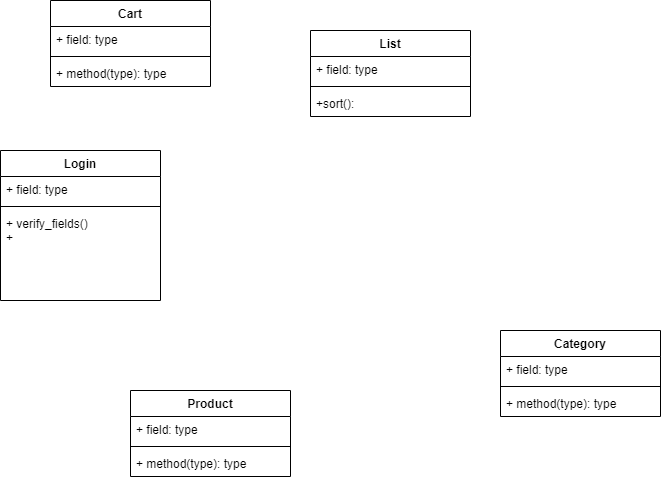
Earlier version of the draw.io export Diagrama de clases Obligatorio.png (ezio815/obligatorio_jap). Source tidied: cells renumbered, new cells last; positions are measured from the earlier drawing's top-left corner, leaving out a move shared by most shapes.
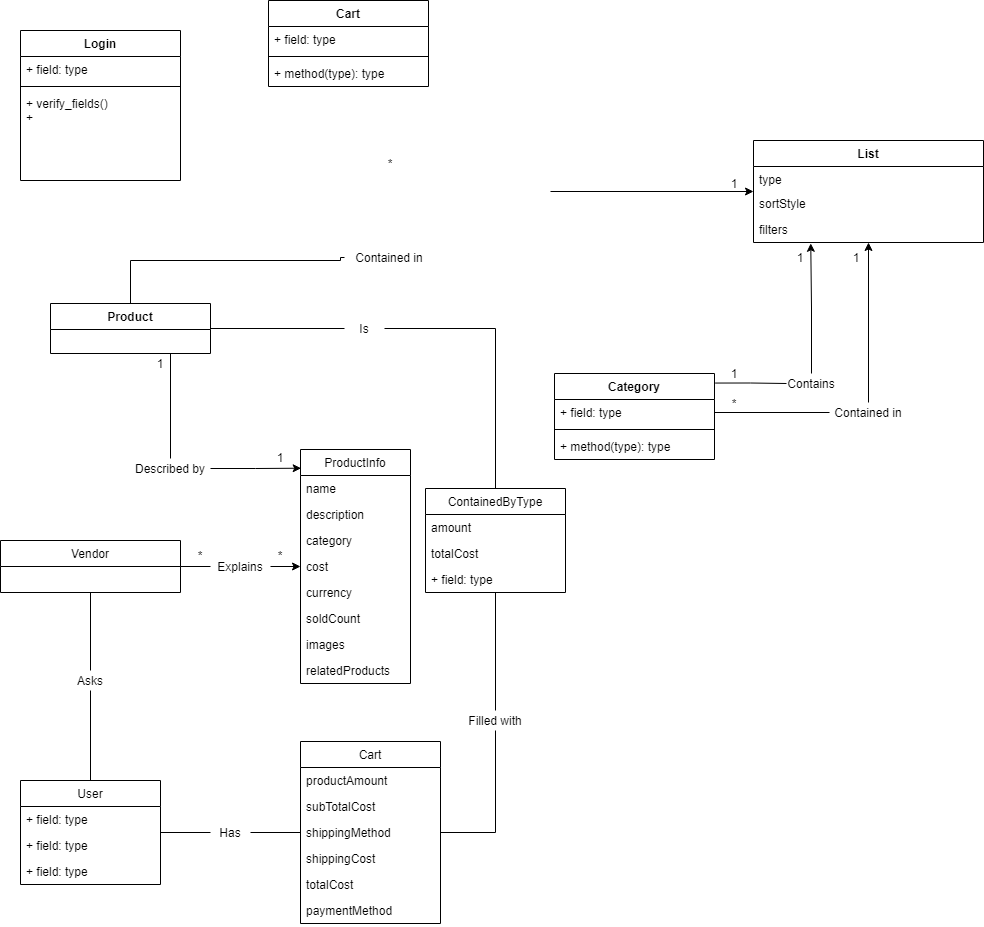
The same file after the commit.

The edit, as a diff of the source:
```diff
@@ -3,7 +3,7 @@
     <mxCell id="0" />
     <mxCell id="1" parent="0" />
     <mxCell id="2" value="Login" style="swimlane;fontStyle=1;align=center;verticalAlign=top;horizontal=1;startSize=26;" parent="1" vertex="1">
-      <mxGeometry y="150" width="160" height="150" as="geometry" />
+      <mxGeometry x="-130" y="10" width="160" height="150" as="geometry" />
     </mxCell>
     <mxCell id="3" value="+ field: type" style="text;strokeColor=none;fillColor=none;align=left;verticalAlign=top;spacingLeft=4;spacingRight=4;overflow=hidden;" parent="2" vertex="1">
       <mxGeometry y="26" width="160" height="26" as="geometry" />
@@ -15,31 +15,22 @@
       <mxGeometry y="60" width="160" height="90" as="geometry" />
     </mxCell>
     <mxCell id="6" value="Product" style="swimlane;fontStyle=1;align=center;verticalAlign=top;horizontal=1;startSize=26;" parent="1" vertex="1">
-      <mxGeometry x="130" y="390" width="160" height="86" as="geometry" />
+      <mxGeometry x="-100" y="283" width="160" height="50" as="geometry" />
     </mxCell>
-    <mxCell id="7" value="+ field: type" style="text;strokeColor=none;fillColor=none;align=left;verticalAlign=top;spacingLeft=4;spacingRight=4;overflow=hidden;" parent="6" vertex="1">
-      <mxGeometry y="26" width="160" height="26" as="geometry" />
-    </mxCell>
-    <mxCell id="8" style="line;strokeWidth=1;fillColor=none;align=left;verticalAlign=middle;spacingTop=-1;spacingLeft=3;spacingRight=3;labelPosition=right;" parent="6" vertex="1">
-      <mxGeometry y="52" width="160" height="8" as="geometry" />
-    </mxCell>
-    <mxCell id="9" value="+ method(type): type" style="text;strokeColor=none;fillColor=none;align=left;verticalAlign=top;spacingLeft=4;spacingRight=4;overflow=hidden;" parent="6" vertex="1">
-      <mxGeometry y="60" width="160" height="26" as="geometry" />
-    </mxCell>
     <mxCell id="10" value="List" style="swimlane;fontStyle=1;align=center;verticalAlign=top;horizontal=1;startSize=26;" parent="1" vertex="1">
-      <mxGeometry x="310" y="30" width="160" height="86" as="geometry" />
+      <mxGeometry x="603" y="120" width="230" height="102" as="geometry" />
     </mxCell>
-    <mxCell id="11" value="+ field: type" style="text;strokeColor=none;fillColor=none;align=left;verticalAlign=top;spacingLeft=4;spacingRight=4;overflow=hidden;" parent="10" vertex="1">
-      <mxGeometry y="26" width="160" height="26" as="geometry" />
+    <mxCell id="11" value="type" style="text;strokeColor=none;fillColor=none;align=left;verticalAlign=top;spacingLeft=4;spacingRight=4;overflow=hidden;" parent="10" vertex="1">
+      <mxGeometry y="26" width="230" height="24" as="geometry" />
     </mxCell>
-    <mxCell id="12" style="line;strokeWidth=1;fillColor=none;align=left;verticalAlign=middle;spacingTop=-1;spacingLeft=3;spacingRight=3;labelPosition=right;" parent="10" vertex="1">
-      <mxGeometry y="52" width="160" height="8" as="geometry" />
-    </mxCell>
-    <mxCell id="13" value="+sort():" style="text;strokeColor=none;fillColor=none;align=left;verticalAlign=top;spacingLeft=4;spacingRight=4;overflow=hidden;" parent="10" vertex="1">
-      <mxGeometry y="60" width="160" height="26" as="geometry" />
-    </mxCell>
+    <mxCell id="22" value="sortStyle" style="text;strokeColor=none;fillColor=none;align=left;verticalAlign=top;spacingLeft=4;spacingRight=4;overflow=hidden;fontSize=12;" parent="10" vertex="1">
+      <mxGeometry y="50" width="230" height="26" as="geometry" />
+    </mxCell>
+    <mxCell id="23" value="filters" style="text;strokeColor=none;fillColor=none;align=left;verticalAlign=top;spacingLeft=4;spacingRight=4;overflow=hidden;points=[[0,0.5],[1,0.5]];portConstraint=eastwest;fontSize=12;" parent="10" vertex="1">
+      <mxGeometry y="76" width="230" height="26" as="geometry" />
+    </mxCell>
     <mxCell id="14" value="Category" style="swimlane;fontStyle=1;align=center;verticalAlign=top;horizontal=1;startSize=26;" parent="1" vertex="1">
-      <mxGeometry x="500" y="330" width="160" height="86" as="geometry" />
+      <mxGeometry x="404" y="353" width="160" height="86" as="geometry" />
     </mxCell>
     <mxCell id="15" value="+ field: type" style="text;strokeColor=none;fillColor=none;align=left;verticalAlign=top;spacingLeft=4;spacingRight=4;overflow=hidden;points=[[0,0.5],[1,0.5]];portConstraint=eastwest;" parent="14" vertex="1">
       <mxGeometry y="26" width="160" height="26" as="geometry" />
@@ -51,7 +42,7 @@
       <mxGeometry y="60" width="160" height="26" as="geometry" />
     </mxCell>
     <mxCell id="18" value="Cart" style="swimlane;fontStyle=1;align=center;verticalAlign=top;horizontal=1;startSize=26;" parent="1" vertex="1">
-      <mxGeometry x="50" width="160" height="86" as="geometry" />
+      <mxGeometry x="118" y="-20" width="160" height="86" as="geometry" />
     </mxCell>
     <mxCell id="19" value="+ field: type" style="text;strokeColor=none;fillColor=none;align=left;verticalAlign=top;spacingLeft=4;spacingRight=4;overflow=hidden;" parent="18" vertex="1">
       <mxGeometry y="26" width="160" height="26" as="geometry" />
@@ -62,5 +53,202 @@
     <mxCell id="21" value="+ method(type): type" style="text;strokeColor=none;fillColor=none;align=left;verticalAlign=top;spacingLeft=4;spacingRight=4;overflow=hidden;" parent="18" vertex="1">
       <mxGeometry y="60" width="160" height="26" as="geometry" />
     </mxCell>
+    <mxCell id="24" style="edgeStyle=orthogonalEdgeStyle;rounded=0;jettySize=auto;html=1;exitX=1;exitY=0.5;exitDx=0;exitDy=0;entryX=0;entryY=0.5;entryDx=0;entryDy=0;fontSize=12;endArrow=none;endFill=0;strokeColor=#000000;" parent="1" edge="1" source="25" target="56">
+      <mxGeometry relative="1" as="geometry" />
+    </mxCell>
+    <mxCell id="25" value="Vendor" style="swimlane;fontStyle=0;horizontal=1;startSize=26;fillColor=none;" parent="1" vertex="1">
+      <mxGeometry x="-150" y="520" width="180" height="52" as="geometry" />
+    </mxCell>
+    <mxCell id="26" style="edgeStyle=orthogonalEdgeStyle;rounded=0;jettySize=auto;html=1;exitX=1;exitY=0.5;exitDx=0;exitDy=0;startArrow=none;" parent="1" edge="1" target="10">
+      <mxGeometry relative="1" as="geometry">
+        <mxPoint x="400" y="171" as="sourcePoint" />
+      </mxGeometry>
+    </mxCell>
+    <mxCell id="27" value="Contained in" style="text;html=1;strokeColor=none;fillColor=none;align=center;verticalAlign=middle;whiteSpace=wrap;rounded=0;" parent="1" vertex="1">
+      <mxGeometry x="194" y="227" width="90" height="20" as="geometry" />
+    </mxCell>
+    <mxCell id="28" style="edgeStyle=orthogonalEdgeStyle;rounded=0;jettySize=auto;html=1;entryX=0;entryY=0.5;entryDx=0;entryDy=0;endArrow=none;" parent="1" edge="1" source="6" target="27">
+      <mxGeometry relative="1" as="geometry">
+        <Array as="points">
+          <mxPoint x="-20" y="240" />
+          <mxPoint x="190" y="240" />
+        </Array>
+      </mxGeometry>
+    </mxCell>
+    <mxCell id="29" value="*" style="text;html=1;strokeColor=none;fillColor=none;align=center;verticalAlign=middle;whiteSpace=wrap;rounded=0;fontSize=12;" parent="1" vertex="1">
+      <mxGeometry x="220" y="133" width="40" height="20" as="geometry" />
+    </mxCell>
+    <mxCell id="30" value="1" style="text;html=1;strokeColor=none;fillColor=none;align=center;verticalAlign=middle;whiteSpace=wrap;rounded=0;fontSize=12;" parent="1" vertex="1">
+      <mxGeometry x="564" y="153" width="40" height="20" as="geometry" />
+    </mxCell>
+    <mxCell id="31" style="edgeStyle=orthogonalEdgeStyle;rounded=0;jettySize=auto;html=1;exitX=0.5;exitY=0;exitDx=0;exitDy=0;fontSize=12;endArrow=classic;endFill=1;strokeColor=#000000;" parent="1" edge="1" source="32" target="10">
+      <mxGeometry relative="1" as="geometry" />
+    </mxCell>
+    <mxCell id="32" value="Contained in" style="text;html=1;strokeColor=none;fillColor=none;align=center;verticalAlign=middle;whiteSpace=wrap;rounded=0;fontSize=12;" parent="1" vertex="1">
+      <mxGeometry x="679" y="382" width="78" height="20" as="geometry" />
+    </mxCell>
+    <mxCell id="33" style="edgeStyle=orthogonalEdgeStyle;rounded=0;jettySize=auto;html=1;exitX=1;exitY=0.5;exitDx=0;exitDy=0;entryX=0;entryY=0.5;entryDx=0;entryDy=0;fontSize=12;endArrow=none;" parent="1" edge="1" source="15" target="32">
+      <mxGeometry relative="1" as="geometry" />
+    </mxCell>
+    <mxCell id="34" style="edgeStyle=orthogonalEdgeStyle;rounded=0;jettySize=auto;html=1;exitX=0.5;exitY=0;exitDx=0;exitDy=0;entryX=0.249;entryY=1.032;entryDx=0;entryDy=0;entryPerimeter=0;fontSize=12;endArrow=classic;endFill=1;strokeColor=#000000;" parent="1" edge="1" source="35" target="23">
+      <mxGeometry relative="1" as="geometry" />
+    </mxCell>
+    <mxCell id="35" value="Contains" style="text;html=1;strokeColor=none;fillColor=none;align=center;verticalAlign=middle;whiteSpace=wrap;rounded=0;fontSize=12;" parent="1" vertex="1">
+      <mxGeometry x="636" y="353" width="50" height="20" as="geometry" />
+    </mxCell>
+    <mxCell id="36" style="edgeStyle=orthogonalEdgeStyle;rounded=0;jettySize=auto;html=1;exitX=1.004;exitY=0.111;exitDx=0;exitDy=0;fontSize=12;exitPerimeter=0;endArrow=none;entryX=0;entryY=0.5;entryDx=0;entryDy=0;" parent="1" edge="1" source="14" target="35">
+      <mxGeometry relative="1" as="geometry" />
+    </mxCell>
+    <mxCell id="37" value="1" style="text;html=1;strokeColor=none;fillColor=none;align=center;verticalAlign=middle;whiteSpace=wrap;rounded=0;fontSize=12;" parent="1" vertex="1">
+      <mxGeometry x="564" y="343" width="40" height="20" as="geometry" />
+    </mxCell>
+    <mxCell id="38" value="1" style="text;html=1;strokeColor=none;fillColor=none;align=center;verticalAlign=middle;whiteSpace=wrap;rounded=0;fontSize=12;" parent="1" vertex="1">
+      <mxGeometry x="686" y="227" width="40" height="20" as="geometry" />
+    </mxCell>
+    <mxCell id="39" value="*" style="text;html=1;strokeColor=none;fillColor=none;align=center;verticalAlign=middle;whiteSpace=wrap;rounded=0;fontSize=12;" parent="1" vertex="1">
+      <mxGeometry x="564" y="373" width="40" height="20" as="geometry" />
+    </mxCell>
+    <mxCell id="40" value="1" style="text;html=1;strokeColor=none;fillColor=none;align=center;verticalAlign=middle;whiteSpace=wrap;rounded=0;fontSize=12;" parent="1" vertex="1">
+      <mxGeometry x="630" y="227" width="40" height="20" as="geometry" />
+    </mxCell>
+    <mxCell id="41" value="ProductInfo" style="swimlane;fontStyle=0;horizontal=1;startSize=26;fillColor=none;fontSize=12;" parent="1" vertex="1">
+      <mxGeometry x="150" y="429" width="110" height="234" as="geometry" />
+    </mxCell>
+    <mxCell id="42" value="name" style="text;strokeColor=none;fillColor=none;align=left;verticalAlign=top;spacingLeft=4;spacingRight=4;overflow=hidden;fontSize=12;" parent="41" vertex="1">
+      <mxGeometry y="26" width="110" height="26" as="geometry" />
+    </mxCell>
+    <mxCell id="43" value="description" style="text;strokeColor=none;fillColor=none;align=left;verticalAlign=top;spacingLeft=4;spacingRight=4;overflow=hidden;fontSize=12;" parent="41" vertex="1">
+      <mxGeometry y="52" width="110" height="26" as="geometry" />
+    </mxCell>
+    <mxCell id="44" value="category" style="text;strokeColor=none;fillColor=none;align=left;verticalAlign=top;spacingLeft=4;spacingRight=4;overflow=hidden;fontSize=12;" parent="41" vertex="1">
+      <mxGeometry y="78" width="110" height="26" as="geometry" />
+    </mxCell>
+    <mxCell id="45" value="cost" style="text;strokeColor=none;fillColor=none;align=left;verticalAlign=top;spacingLeft=4;spacingRight=4;overflow=hidden;fontSize=12;" parent="41" vertex="1">
+      <mxGeometry y="104" width="110" height="26" as="geometry" />
+    </mxCell>
+    <mxCell id="46" value="currency" style="text;strokeColor=none;fillColor=none;align=left;verticalAlign=top;spacingLeft=4;spacingRight=4;overflow=hidden;fontSize=12;" parent="41" vertex="1">
+      <mxGeometry y="130" width="110" height="26" as="geometry" />
+    </mxCell>
+    <mxCell id="47" value="soldCount" style="text;strokeColor=none;fillColor=none;align=left;verticalAlign=top;spacingLeft=4;spacingRight=4;overflow=hidden;fontSize=12;" parent="41" vertex="1">
+      <mxGeometry y="156" width="110" height="26" as="geometry" />
+    </mxCell>
+    <mxCell id="48" value="images" style="text;strokeColor=none;fillColor=none;align=left;verticalAlign=top;spacingLeft=4;spacingRight=4;overflow=hidden;fontSize=12;" parent="41" vertex="1">
+      <mxGeometry y="182" width="110" height="26" as="geometry" />
+    </mxCell>
+    <mxCell id="49" value="relatedProducts" style="text;strokeColor=none;fillColor=none;align=left;verticalAlign=top;spacingLeft=4;spacingRight=4;overflow=hidden;fontSize=12;" parent="41" vertex="1">
+      <mxGeometry y="208" width="110" height="26" as="geometry" />
+    </mxCell>
+    <mxCell id="50" style="edgeStyle=orthogonalEdgeStyle;rounded=0;jettySize=auto;html=1;entryX=0.006;entryY=0.08;entryDx=0;entryDy=0;entryPerimeter=0;fontSize=12;endArrow=classic;endFill=1;strokeColor=#000000;startArrow=none;exitX=1;exitY=0.5;exitDx=0;exitDy=0;" parent="1" edge="1" source="51" target="41">
+      <mxGeometry relative="1" as="geometry" />
+    </mxCell>
+    <mxCell id="51" value="Described by" style="text;html=1;strokeColor=none;fillColor=none;align=center;verticalAlign=middle;whiteSpace=wrap;rounded=0;fontSize=12;" parent="1" vertex="1">
+      <mxGeometry x="-20" y="438" width="80" height="20" as="geometry" />
+    </mxCell>
+    <mxCell id="52" style="edgeStyle=orthogonalEdgeStyle;rounded=0;jettySize=auto;html=1;entryX=0.5;entryY=0;entryDx=0;entryDy=0;fontSize=12;endArrow=none;endFill=0;strokeColor=#000000;exitX=0.75;exitY=1;exitDx=0;exitDy=0;" parent="1" edge="1" source="6" target="51">
+      <mxGeometry relative="1" as="geometry" />
+    </mxCell>
+    <mxCell id="53" value="1" style="text;html=1;strokeColor=none;fillColor=none;align=center;verticalAlign=middle;whiteSpace=wrap;rounded=0;fontSize=12;" parent="1" vertex="1">
+      <mxGeometry x="-10" y="333" width="40" height="20" as="geometry" />
+    </mxCell>
+    <mxCell id="54" value="1" style="text;html=1;strokeColor=none;fillColor=none;align=center;verticalAlign=middle;whiteSpace=wrap;rounded=0;fontSize=12;" parent="1" vertex="1">
+      <mxGeometry x="110" y="427" width="40" height="20" as="geometry" />
+    </mxCell>
+    <mxCell id="55" style="edgeStyle=orthogonalEdgeStyle;rounded=0;jettySize=auto;html=1;exitX=1;exitY=0.5;exitDx=0;exitDy=0;fontSize=12;endArrow=classic;endFill=1;strokeColor=#000000;" parent="1" edge="1" source="56" target="41">
+      <mxGeometry relative="1" as="geometry" />
+    </mxCell>
+    <mxCell id="56" value="Explains" style="text;html=1;strokeColor=none;fillColor=none;align=center;verticalAlign=middle;whiteSpace=wrap;rounded=0;fontSize=12;" parent="1" vertex="1">
+      <mxGeometry x="60" y="536" width="60" height="20" as="geometry" />
+    </mxCell>
+    <mxCell id="57" value="*" style="text;html=1;strokeColor=none;fillColor=none;align=center;verticalAlign=middle;whiteSpace=wrap;rounded=0;fontSize=12;" parent="1" vertex="1">
+      <mxGeometry x="30" y="525" width="40" height="20" as="geometry" />
+    </mxCell>
+    <mxCell id="58" value="*" style="text;html=1;strokeColor=none;fillColor=none;align=center;verticalAlign=middle;whiteSpace=wrap;rounded=0;fontSize=12;" parent="1" vertex="1">
+      <mxGeometry x="110" y="525" width="40" height="20" as="geometry" />
+    </mxCell>
+    <mxCell id="59" style="edgeStyle=orthogonalEdgeStyle;rounded=0;jettySize=auto;html=1;entryX=0.5;entryY=1;entryDx=0;entryDy=0;fontSize=12;endArrow=none;endFill=0;strokeColor=#000000;startArrow=none;" parent="1" edge="1" source="64" target="25">
+      <mxGeometry relative="1" as="geometry" />
+    </mxCell>
+    <mxCell id="60" value="User" style="swimlane;fontStyle=0;horizontal=1;startSize=26;fillColor=none;fontSize=12;" parent="1" vertex="1">
+      <mxGeometry x="-130" y="760" width="140" height="104" as="geometry" />
+    </mxCell>
+    <mxCell id="61" value="+ field: type" style="text;strokeColor=none;fillColor=none;align=left;verticalAlign=top;spacingLeft=4;spacingRight=4;overflow=hidden;" parent="60" vertex="1">
+      <mxGeometry y="26" width="140" height="26" as="geometry" />
+    </mxCell>
+    <mxCell id="62" value="+ field: type" style="text;strokeColor=none;fillColor=none;align=left;verticalAlign=top;spacingLeft=4;spacingRight=4;overflow=hidden;" parent="60" vertex="1">
+      <mxGeometry y="52" width="140" height="26" as="geometry" />
+    </mxCell>
+    <mxCell id="63" value="+ field: type" style="text;strokeColor=none;fillColor=none;align=left;verticalAlign=top;spacingLeft=4;spacingRight=4;overflow=hidden;" parent="60" vertex="1">
+      <mxGeometry y="78" width="140" height="26" as="geometry" />
+    </mxCell>
+    <mxCell id="64" value="Asks" style="text;html=1;strokeColor=none;fillColor=none;align=center;verticalAlign=middle;whiteSpace=wrap;rounded=0;fontSize=12;" parent="1" vertex="1">
+      <mxGeometry x="-80" y="650" width="40" height="20" as="geometry" />
+    </mxCell>
+    <mxCell id="65" style="edgeStyle=orthogonalEdgeStyle;rounded=0;jettySize=auto;html=1;entryX=0.5;entryY=1;entryDx=0;entryDy=0;fontSize=12;endArrow=none;endFill=0;strokeColor=#000000;" parent="1" edge="1" source="60" target="64">
+      <mxGeometry relative="1" as="geometry" />
+    </mxCell>
+    <mxCell id="66" value="Cart" style="swimlane;fontStyle=0;horizontal=1;startSize=26;fillColor=none;fontSize=12;" parent="1" vertex="1">
+      <mxGeometry x="150" y="721" width="140" height="182" as="geometry" />
+    </mxCell>
+    <mxCell id="67" value="productAmount" style="text;strokeColor=none;fillColor=none;align=left;verticalAlign=top;spacingLeft=4;spacingRight=4;overflow=hidden;" parent="66" vertex="1">
+      <mxGeometry y="26" width="140" height="26" as="geometry" />
+    </mxCell>
+    <mxCell id="68" value="subTotalCost" style="text;strokeColor=none;fillColor=none;align=left;verticalAlign=top;spacingLeft=4;spacingRight=4;overflow=hidden;" parent="66" vertex="1">
+      <mxGeometry y="52" width="140" height="26" as="geometry" />
+    </mxCell>
+    <mxCell id="69" value="shippingMethod" style="text;strokeColor=none;fillColor=none;align=left;verticalAlign=top;spacingLeft=4;spacingRight=4;overflow=hidden;" parent="66" vertex="1">
+      <mxGeometry y="78" width="140" height="26" as="geometry" />
+    </mxCell>
+    <mxCell id="70" value="shippingCost" style="text;strokeColor=none;fillColor=none;align=left;verticalAlign=top;spacingLeft=4;spacingRight=4;overflow=hidden;" parent="66" vertex="1">
+      <mxGeometry y="104" width="140" height="26" as="geometry" />
+    </mxCell>
+    <mxCell id="71" value="totalCost" style="text;strokeColor=none;fillColor=none;align=left;verticalAlign=top;spacingLeft=4;spacingRight=4;overflow=hidden;fontSize=12;" parent="66" vertex="1">
+      <mxGeometry y="130" width="140" height="26" as="geometry" />
+    </mxCell>
+    <mxCell id="72" value="paymentMethod" style="text;strokeColor=none;fillColor=none;align=left;verticalAlign=top;spacingLeft=4;spacingRight=4;overflow=hidden;fontSize=12;" parent="66" vertex="1">
+      <mxGeometry y="156" width="140" height="26" as="geometry" />
+    </mxCell>
+    <mxCell id="73" style="edgeStyle=orthogonalEdgeStyle;rounded=0;jettySize=auto;html=1;fontSize=12;endArrow=none;endFill=0;strokeColor=#000000;" parent="1" edge="1" source="75" target="66">
+      <mxGeometry relative="1" as="geometry" />
+    </mxCell>
+    <mxCell id="74" style="edgeStyle=orthogonalEdgeStyle;rounded=0;jettySize=auto;html=1;fontSize=12;endArrow=none;endFill=0;strokeColor=#000000;" parent="1" edge="1" source="75" target="60">
+      <mxGeometry relative="1" as="geometry" />
+    </mxCell>
+    <mxCell id="75" value="Has" style="text;html=1;strokeColor=none;fillColor=none;align=center;verticalAlign=middle;whiteSpace=wrap;rounded=0;fontSize=12;" parent="1" vertex="1">
+      <mxGeometry x="60" y="802" width="40" height="20" as="geometry" />
+    </mxCell>
+    <mxCell id="76" style="edgeStyle=orthogonalEdgeStyle;rounded=0;jettySize=auto;html=1;fontSize=12;endArrow=none;endFill=0;strokeColor=#000000;" parent="1" edge="1" source="77" target="80">
+      <mxGeometry relative="1" as="geometry" />
+    </mxCell>
+    <mxCell id="77" value="Filled with" style="text;html=1;strokeColor=none;fillColor=none;align=center;verticalAlign=middle;whiteSpace=wrap;rounded=0;fontSize=12;" parent="1" vertex="1">
+      <mxGeometry x="300" y="690" width="90" height="20" as="geometry" />
+    </mxCell>
+    <mxCell id="78" style="edgeStyle=orthogonalEdgeStyle;rounded=0;jettySize=auto;html=1;fontSize=12;endArrow=none;endFill=0;strokeColor=#000000;" parent="1" edge="1" source="66" target="77">
+      <mxGeometry relative="1" as="geometry" />
+    </mxCell>
+    <mxCell id="79" style="edgeStyle=orthogonalEdgeStyle;rounded=0;jettySize=auto;html=1;fontSize=12;endArrow=none;endFill=0;strokeColor=#000000;exitX=0;exitY=0.5;exitDx=0;exitDy=0;startArrow=none;" parent="1" edge="1" source="84" target="6">
+      <mxGeometry relative="1" as="geometry" />
+    </mxCell>
+    <mxCell id="80" value="ContainedByType" style="swimlane;fontStyle=0;horizontal=1;startSize=26;fillColor=none;fontSize=12;" parent="1" vertex="1">
+      <mxGeometry x="275" y="468" width="140" height="104" as="geometry" />
+    </mxCell>
+    <mxCell id="81" value="amount" style="text;strokeColor=none;fillColor=none;align=left;verticalAlign=top;spacingLeft=4;spacingRight=4;overflow=hidden;" parent="80" vertex="1">
+      <mxGeometry y="26" width="140" height="26" as="geometry" />
+    </mxCell>
+    <mxCell id="82" value="totalCost" style="text;strokeColor=none;fillColor=none;align=left;verticalAlign=top;spacingLeft=4;spacingRight=4;overflow=hidden;" parent="80" vertex="1">
+      <mxGeometry y="52" width="140" height="26" as="geometry" />
+    </mxCell>
+    <mxCell id="83" value="+ field: type" style="text;strokeColor=none;fillColor=none;align=left;verticalAlign=top;spacingLeft=4;spacingRight=4;overflow=hidden;" parent="80" vertex="1">
+      <mxGeometry y="78" width="140" height="26" as="geometry" />
+    </mxCell>
+    <mxCell id="84" value="Is" style="text;html=1;strokeColor=none;fillColor=none;align=center;verticalAlign=middle;whiteSpace=wrap;rounded=0;fontSize=12;" parent="1" vertex="1">
+      <mxGeometry x="194" y="298" width="40" height="20" as="geometry" />
+    </mxCell>
+    <mxCell id="85" style="edgeStyle=orthogonalEdgeStyle;rounded=0;jettySize=auto;html=1;fontSize=12;endArrow=none;endFill=0;strokeColor=#000000;exitX=0.5;exitY=0;exitDx=0;exitDy=0;" parent="1" edge="1" source="80" target="84">
+      <mxGeometry relative="1" as="geometry">
+        <Array as="points">
+          <mxPoint x="345" y="308" />
+        </Array>
+      </mxGeometry>
+    </mxCell>
   </root>
 </mxGraphModel>
```
